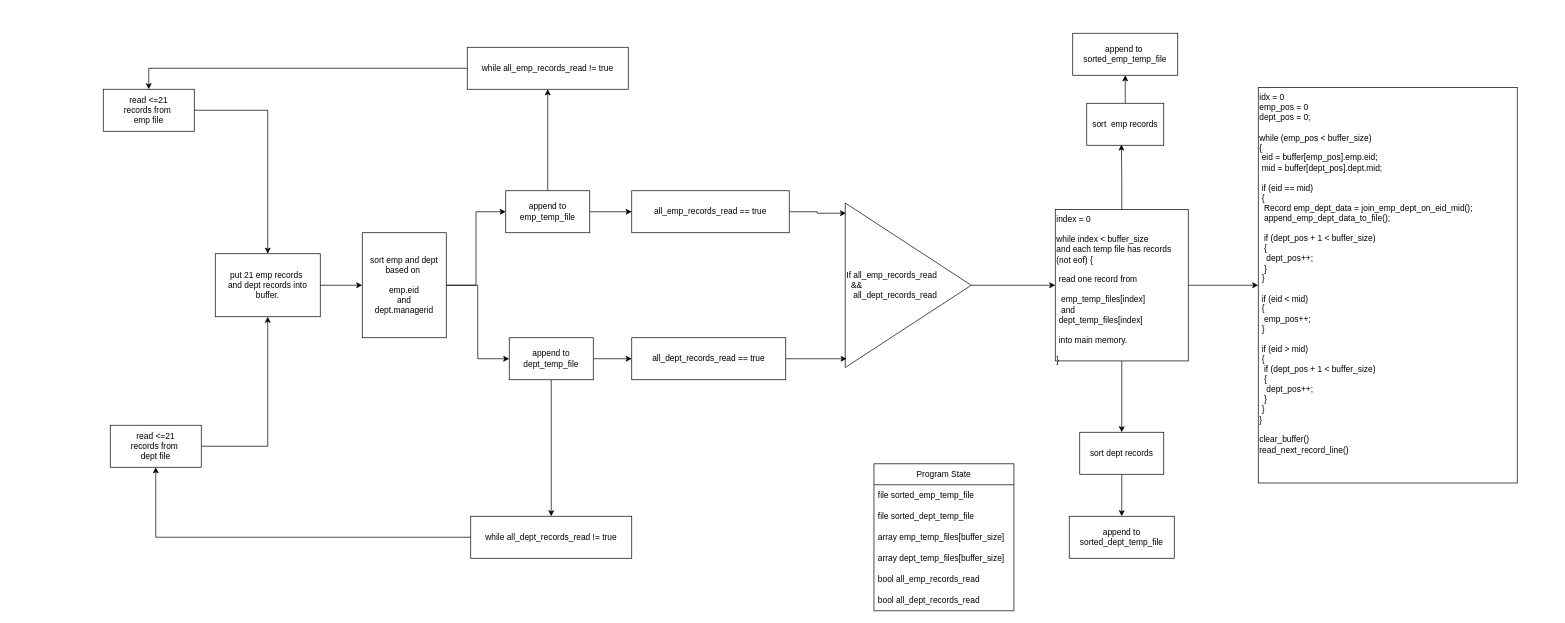
Earlier version of the draw.io diagram hw5/Untitled Diagram.drawio (endepointe/440). Source tidied: cells renumbered, new cells numbered last; positions are measured from the earlier drawing's top-left corner, leaving out a move shared by most shapes. Both pictures are drawn from the tidied source at 70%, with x=0, y=0 at pixel (103, 33).
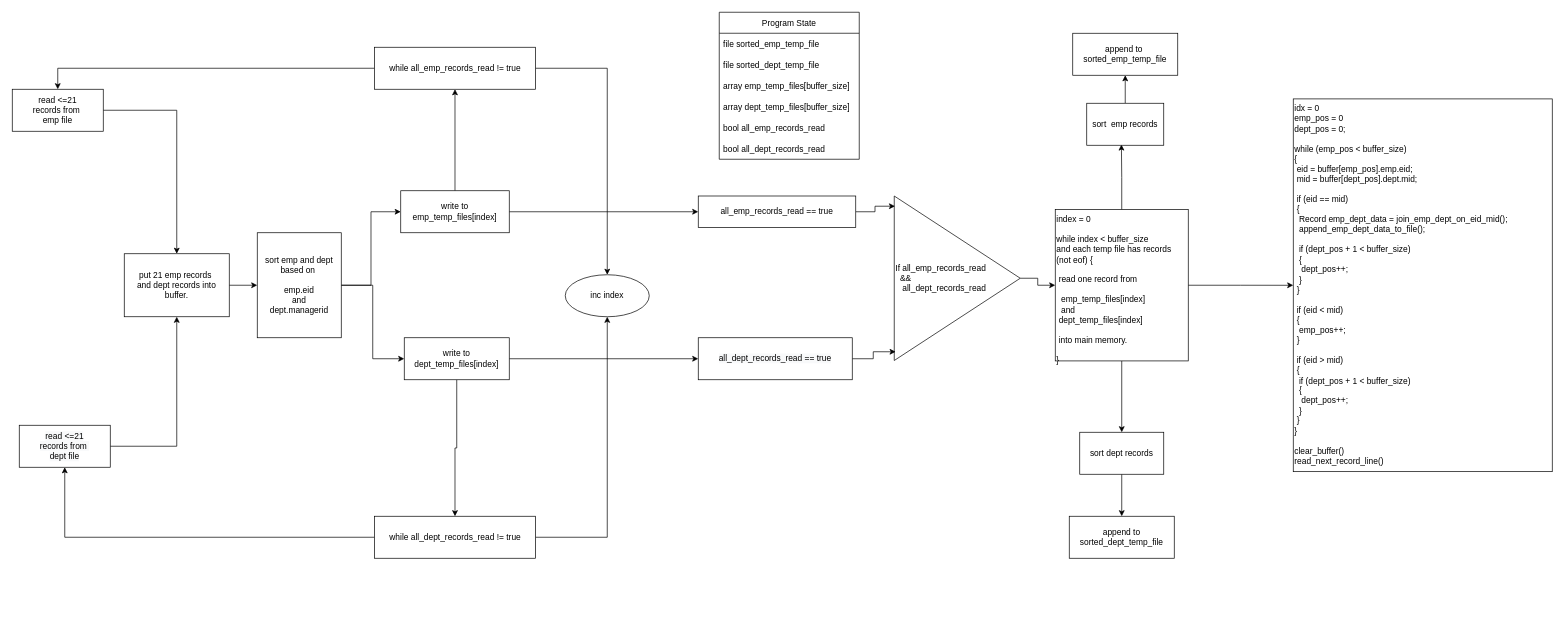
The same diagram, later.

What changed in the source:
```diff
@@
     <mxCell id="3" value="read &amp;lt;=21&lt;br&gt;records from&amp;nbsp;&lt;br&gt;emp file" style="rounded=0;whiteSpace=wrap;html=1;" parent="1" vertex="1">
-      <mxGeometry y="80" width="130" height="60" as="geometry" />
+      <mxGeometry x="-130" y="80" width="130" height="60" as="geometry" />
     </mxCell>
@@
     <mxCell id="5" value="&lt;span style=&quot;color: rgb(0 , 0 , 0) ; font-family: &amp;#34;helvetica&amp;#34; ; font-size: 12px ; font-style: normal ; font-weight: 400 ; letter-spacing: normal ; text-align: center ; text-indent: 0px ; text-transform: none ; word-spacing: 0px ; background-color: rgb(248 , 249 , 250) ; display: inline ; float: none&quot;&gt;read &amp;lt;=21&lt;/span&gt;&lt;br style=&quot;color: rgb(0 , 0 , 0) ; font-family: &amp;#34;helvetica&amp;#34; ; font-size: 12px ; font-style: normal ; font-weight: 400 ; letter-spacing: normal ; text-align: center ; text-indent: 0px ; text-transform: none ; word-spacing: 0px ; background-color: rgb(248 , 249 , 250)&quot;&gt;&lt;span style=&quot;color: rgb(0 , 0 , 0) ; font-family: &amp;#34;helvetica&amp;#34; ; font-size: 12px ; font-style: normal ; font-weight: 400 ; letter-spacing: normal ; text-align: center ; text-indent: 0px ; text-transform: none ; word-spacing: 0px ; background-color: rgb(248 , 249 , 250) ; display: inline ; float: none&quot;&gt;records from&amp;nbsp;&lt;/span&gt;&lt;br style=&quot;color: rgb(0 , 0 , 0) ; font-family: &amp;#34;helvetica&amp;#34; ; font-size: 12px ; font-style: normal ; font-weight: 400 ; letter-spacing: normal ; text-align: center ; text-indent: 0px ; text-transform: none ; word-spacing: 0px ; background-color: rgb(248 , 249 , 250)&quot;&gt;&lt;span style=&quot;color: rgb(0 , 0 , 0) ; font-family: &amp;#34;helvetica&amp;#34; ; font-size: 12px ; font-style: normal ; font-weight: 400 ; letter-spacing: normal ; text-align: center ; text-indent: 0px ; text-transform: none ; word-spacing: 0px ; background-color: rgb(248 , 249 , 250) ; display: inline ; float: none&quot;&gt;dept file&lt;/span&gt;" style="rounded=0;whiteSpace=wrap;html=1;" parent="1" vertex="1">
-      <mxGeometry x="10" y="560" width="130" height="60" as="geometry" />
+      <mxGeometry x="-120" y="560" width="130" height="60" as="geometry" />
     </mxCell>
@@
     <mxCell id="7" value="put 21 emp records&amp;nbsp;&lt;br&gt;and dept records into&lt;br&gt;buffer." style="rounded=0;whiteSpace=wrap;html=1;" parent="1" vertex="1">
-      <mxGeometry x="160" y="315" width="150" height="90" as="geometry" />
+      <mxGeometry x="30" y="315" width="150" height="90" as="geometry" />
     </mxCell>
@@
+    <mxCell id="45" style="edgeStyle=orthogonalEdgeStyle;rounded=0;jettySize=auto;html=1;fontFamily=Helvetica;fontSize=12;fontColor=default;" parent="1" edge="1" source="9" target="47">
+      <mxGeometry relative="1" as="geometry" />
+    </mxCell>
     <mxCell id="9" value="while all_emp_records_read != true" style="rounded=0;whiteSpace=wrap;html=1;" parent="1" vertex="1">
-      <mxGeometry x="520" y="20" width="230" height="60" as="geometry" />
+      <mxGeometry x="387.5" y="20" width="230" height="60" as="geometry" />
     </mxCell>
@@
+    <mxCell id="46" style="edgeStyle=orthogonalEdgeStyle;rounded=0;jettySize=auto;html=1;fontFamily=Helvetica;fontSize=12;fontColor=default;entryX=0.5;entryY=1;entryDx=0;entryDy=0;" parent="1" edge="1" source="11" target="47">
+      <mxGeometry relative="1" as="geometry" />
+    </mxCell>
     <mxCell id="11" value="while all_dept_records_read != true" style="rounded=0;whiteSpace=wrap;html=1;" parent="1" vertex="1">
-      <mxGeometry x="525" y="690" width="230" height="60" as="geometry" />
+      <mxGeometry x="387.5" y="690" width="230" height="60" as="geometry" />
     </mxCell>
@@
     <mxCell id="14" value="sort emp and dept&lt;br&gt;based on&amp;nbsp;&lt;br&gt;&lt;br&gt;emp.eid&lt;br&gt;and&lt;br&gt;dept.managerid" style="whiteSpace=wrap;html=1;rounded=0;" parent="1" vertex="1">
-      <mxGeometry x="370" y="285" width="120" height="150" as="geometry" />
+      <mxGeometry x="220" y="285" width="120" height="150" as="geometry" />
     </mxCell>
     <mxCell id="15" value="Program State" style="swimlane;fontStyle=0;horizontal=1;startSize=30;" parent="1" vertex="1">
-      <mxGeometry x="1101" y="615" width="200" height="210" as="geometry" />
+      <mxGeometry x="880" y="-30" width="200" height="210" as="geometry" />
     </mxCell>
@@
     <mxCell id="23" value="If all_emp_records_read &lt;br&gt;&lt;span style=&quot;white-space: pre&quot;&gt; &lt;/span&gt;&lt;span style=&quot;white-space: pre&quot;&gt; &lt;/span&gt;&amp;amp;&amp;amp;&amp;nbsp;&lt;br&gt;&amp;nbsp; &amp;nbsp;all_dept_records_read" style="triangle;whiteSpace=wrap;html=1;align=left;" parent="1" vertex="1">
-      <mxGeometry x="1060" y="242.5" width="180" height="235" as="geometry" />
+      <mxGeometry x="1130" y="232.5" width="180" height="235" as="geometry" />
     </mxCell>
+    <mxCell id="25" style="edgeStyle=orthogonalEdgeStyle;rounded=0;jettySize=auto;html=1;" parent="1" edge="1" source="26" target="31">
+      <mxGeometry relative="1" as="geometry" />
+    </mxCell>
-    <mxCell id="24" style="edgeStyle=orthogonalEdgeStyle;rounded=0;jettySize=auto;html=1;" parent="1" edge="1" source="26" target="9">
+    <mxCell id="24" style="edgeStyle=orthogonalEdgeStyle;rounded=0;jettySize=auto;html=1;entryX=0.5;entryY=1;entryDx=0;entryDy=0;fontFamily=Helvetica;fontSize=12;fontColor=default;" parent="1" edge="1" source="26" target="9">
       <mxGeometry relative="1" as="geometry" />
     </mxCell>
-    <mxCell id="25" style="edgeStyle=orthogonalEdgeStyle;rounded=0;jettySize=auto;html=1;" parent="1" edge="1" source="26" target="31">
-      <mxGeometry relative="1" as="geometry" />
-    </mxCell>
-    <mxCell id="26" value="append to emp_temp_file" style="whiteSpace=wrap;html=1;rounded=0;" parent="1" vertex="1">
-      <mxGeometry x="575" y="225" width="120" height="60" as="geometry" />
+    <mxCell id="26" value="write to emp_temp_files[index]" style="whiteSpace=wrap;html=1;rounded=0;" parent="1" vertex="1">
+      <mxGeometry x="425" y="225" width="155" height="60" as="geometry" />
     </mxCell>
+    <mxCell id="28" style="edgeStyle=orthogonalEdgeStyle;rounded=0;jettySize=auto;html=1;" parent="1" edge="1" source="29" target="33">
+      <mxGeometry relative="1" as="geometry" />
+    </mxCell>
-    <mxCell id="27" style="edgeStyle=orthogonalEdgeStyle;rounded=0;jettySize=auto;html=1;entryX=0.5;entryY=0;entryDx=0;entryDy=0;" parent="1" edge="1" source="29" target="11">
+    <mxCell id="27" style="edgeStyle=orthogonalEdgeStyle;rounded=0;jettySize=auto;html=1;entryX=0.5;entryY=0;entryDx=0;entryDy=0;fontFamily=Helvetica;fontSize=12;fontColor=default;" parent="1" edge="1" source="29" target="11">
       <mxGeometry relative="1" as="geometry" />
     </mxCell>
-    <mxCell id="28" style="edgeStyle=orthogonalEdgeStyle;rounded=0;jettySize=auto;html=1;" parent="1" edge="1" source="29" target="33">
-      <mxGeometry relative="1" as="geometry" />
-    </mxCell>
-    <mxCell id="29" value="append to dept_temp_file" style="whiteSpace=wrap;html=1;rounded=0;" parent="1" vertex="1">
-      <mxGeometry x="580" y="435" width="120" height="60" as="geometry" />
+    <mxCell id="29" value="write to dept_temp_files[index]" style="whiteSpace=wrap;html=1;rounded=0;" parent="1" vertex="1">
+      <mxGeometry x="430" y="435" width="150" height="60" as="geometry" />
     </mxCell>
@@
     <mxCell id="31" value="all_emp_records_read == true" style="rounded=0;whiteSpace=wrap;html=1;" parent="1" vertex="1">
-      <mxGeometry x="755" y="225" width="225" height="60" as="geometry" />
+      <mxGeometry x="850" y="232.5" width="225" height="45" as="geometry" />
     </mxCell>
@@
     <mxCell id="33" value="&lt;span style=&quot;color: rgb(0 , 0 , 0) ; font-family: &amp;#34;helvetica&amp;#34; ; font-size: 12px ; font-style: normal ; font-weight: 400 ; letter-spacing: normal ; text-align: center ; text-indent: 0px ; text-transform: none ; word-spacing: 0px ; background-color: rgb(248 , 249 , 250) ; display: inline ; float: none&quot;&gt;all_dept_records_read == true&lt;/span&gt;" style="whiteSpace=wrap;html=1;rounded=0;" parent="1" vertex="1">
-      <mxGeometry x="755" y="435" width="220" height="60" as="geometry" />
+      <mxGeometry x="850" y="435" width="220" height="60" as="geometry" />
     </mxCell>
@@
     <mxCell id="44" value="idx = 0&lt;br&gt;emp_pos = 0&lt;br&gt;dept_pos = 0;&lt;br&gt;&lt;br&gt;while (emp_pos &amp;lt; buffer_size)&amp;nbsp;&lt;br&gt;{&lt;br&gt;&lt;span&gt; &lt;/span&gt;&lt;span style=&quot;white-space: pre&quot;&gt; &lt;/span&gt;eid = buffer[emp_pos].emp.eid;&lt;br&gt;&lt;span&gt; &lt;/span&gt;&lt;span style=&quot;white-space: pre&quot;&gt; &lt;/span&gt;mid = buffer[dept_pos].dept.mid;&lt;br&gt;&lt;span&gt; &lt;/span&gt;&lt;span&gt; &lt;/span&gt;&lt;span style=&quot;white-space: pre&quot;&gt; &lt;/span&gt;&lt;br&gt;&lt;span style=&quot;white-space: pre&quot;&gt; &lt;/span&gt;if (eid == mid)&lt;br&gt;&lt;span&gt; &lt;/span&gt;&lt;span&gt; &lt;/span&gt;&lt;span style=&quot;white-space: pre&quot;&gt; &lt;/span&gt;{&lt;br&gt;&lt;span&gt; &lt;/span&gt;&lt;span&gt; &lt;/span&gt;&lt;span&gt; &lt;/span&gt;&lt;span&gt; &lt;/span&gt;&lt;span style=&quot;white-space: pre&quot;&gt; &lt;/span&gt;&lt;span style=&quot;white-space: pre&quot;&gt; &lt;/span&gt;Record emp_dept_data = join_emp_dept_on_eid_mid();&lt;br&gt;&lt;span&gt; &lt;/span&gt;&lt;span&gt; &lt;/span&gt;&lt;span&gt; &lt;/span&gt;&lt;span&gt; &lt;/span&gt;&lt;span style=&quot;white-space: pre&quot;&gt; &lt;/span&gt;&lt;span style=&quot;white-space: pre&quot;&gt; &lt;/span&gt;append_emp_dept_data_to_file();&lt;br&gt;&lt;br&gt;&lt;span style=&quot;white-space: pre&quot;&gt; &lt;/span&gt;&lt;span style=&quot;white-space: pre&quot;&gt; &lt;/span&gt;if (dept_pos + 1 &amp;lt; buffer_size)&lt;br&gt;&lt;span style=&quot;white-space: pre&quot;&gt; &lt;/span&gt;&lt;span style=&quot;white-space: pre&quot;&gt; &lt;/span&gt;{&lt;br&gt;&lt;span style=&quot;white-space: pre&quot;&gt; &lt;/span&gt;&lt;span style=&quot;white-space: pre&quot;&gt; &lt;/span&gt;&lt;span style=&quot;white-space: pre&quot;&gt; &lt;/span&gt;dept_pos++;&lt;br&gt;&lt;span style=&quot;white-space: pre&quot;&gt; &lt;/span&gt;&lt;span style=&quot;white-space: pre&quot;&gt; &lt;/span&gt;}&lt;br&gt;&lt;span&gt; &lt;/span&gt;&lt;span&gt; &lt;/span&gt;&lt;span style=&quot;white-space: pre&quot;&gt; &lt;/span&gt;}&lt;br&gt;&lt;br&gt;&lt;span&gt; &lt;/span&gt;&lt;span&gt; &lt;/span&gt;&lt;span style=&quot;white-space: pre&quot;&gt; &lt;/span&gt;if (eid &amp;lt; mid)&lt;br&gt;&lt;span&gt; &lt;/span&gt;&lt;span&gt; &lt;/span&gt;&lt;span style=&quot;white-space: pre&quot;&gt; &lt;/span&gt;{&lt;br&gt;&lt;span&gt; &lt;/span&gt;&lt;span&gt; &lt;/span&gt;&lt;span&gt; &lt;/span&gt;&lt;span&gt; &lt;/span&gt;&lt;span style=&quot;white-space: pre&quot;&gt; &lt;/span&gt;&lt;span style=&quot;white-space: pre&quot;&gt; &lt;/span&gt;emp_pos++;&lt;br&gt;&lt;span&gt; &lt;/span&gt;&lt;span&gt; &lt;/span&gt;&lt;span style=&quot;white-space: pre&quot;&gt; &lt;/span&gt;}&lt;br&gt;&lt;br&gt;&lt;span&gt; &lt;/span&gt;&lt;span&gt; &lt;/span&gt;&lt;span style=&quot;white-space: pre&quot;&gt; &lt;/span&gt;if (eid &amp;gt; mid)&lt;br&gt;&lt;span&gt; &lt;/span&gt;&lt;span&gt; &lt;/span&gt;&lt;span style=&quot;white-space: pre&quot;&gt; &lt;/span&gt;{&lt;br&gt;&lt;span&gt; &lt;/span&gt;&lt;span&gt; &lt;/span&gt;&lt;span style=&quot;white-space: pre&quot;&gt; &lt;/span&gt;&lt;span style=&quot;white-space: pre&quot;&gt; &lt;/span&gt;if (dept_pos + 1 &amp;lt; buffer_size)&lt;br&gt;&lt;span&gt; &lt;/span&gt;&lt;span&gt; &lt;/span&gt;&lt;span style=&quot;white-space: pre&quot;&gt; &lt;/span&gt;&lt;span style=&quot;white-space: pre&quot;&gt; &lt;/span&gt;{&lt;br&gt;&lt;span&gt; &lt;/span&gt;&lt;span&gt; &lt;/span&gt;&lt;span&gt; &lt;/span&gt;&lt;span style=&quot;white-space: pre&quot;&gt; &lt;/span&gt;&lt;span style=&quot;white-space: pre&quot;&gt; &lt;/span&gt;&lt;span style=&quot;white-space: pre&quot;&gt; &lt;/span&gt;dept_pos++;&lt;br&gt;&lt;span&gt; &lt;/span&gt;&lt;span&gt; &lt;/span&gt;&lt;span style=&quot;white-space: pre&quot;&gt; &lt;/span&gt;&lt;span style=&quot;white-space: pre&quot;&gt; &lt;/span&gt;}&lt;br&gt;&lt;span&gt; &lt;/span&gt;&lt;span&gt; &lt;/span&gt;&lt;span style=&quot;white-space: pre&quot;&gt; &lt;/span&gt;}&lt;br&gt;}&lt;br&gt;&lt;br&gt;clear_buffer()&lt;br&gt;read_next_record_line()" style="rounded=0;whiteSpace=wrap;html=1;fontFamily=Helvetica;fontSize=12;fontColor=default;strokeColor=default;fillColor=default;textDirection=ltr;verticalAlign=top;align=left;" parent="1" vertex="1">
-      <mxGeometry x="1650" y="77.5" width="370" height="565" as="geometry" />
+      <mxGeometry x="1700" y="93.8" width="370" height="532.5" as="geometry" />
     </mxCell>
+    <mxCell id="47" value="inc index" style="ellipse;whiteSpace=wrap;html=1;rounded=0;" parent="1" vertex="1">
+      <mxGeometry x="660" y="345" width="120" height="60" as="geometry" />
+    </mxCell>
```
